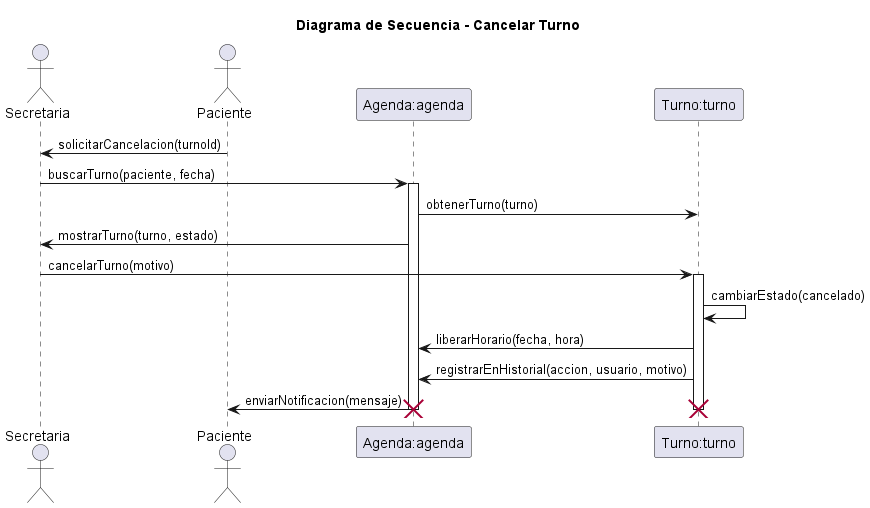
Above: diagramas/05-diagramas-secuencia/05-secuencia-cancelar-turno-02.png in eternalnight04/SistemaTurnosMedicos (PlantUML), before the change.
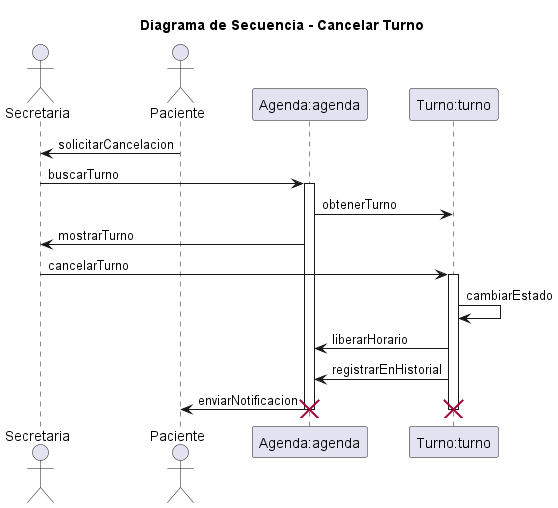
Above is the later version.

Diff of the diagram source:
```diff
@@ -7,22 +7,22 @@
 participant "Agenda:agenda" as agenda
 participant "Turno:turno" as turno
 
-paciente -> secretaria: solicitarCancelacion(turnoId)
+paciente -> secretaria: solicitarCancelacion
 
-secretaria -> agenda: buscarTurno(paciente, fecha)
+secretaria -> agenda: buscarTurno
 activate agenda
 
-agenda -> turno: obtenerTurno(turno)
-agenda -> secretaria: mostrarTurno(turno, estado)
+agenda -> turno: obtenerTurno
+agenda -> secretaria: mostrarTurno
 
-secretaria -> turno: cancelarTurno(motivo)
+secretaria -> turno: cancelarTurno
 activate turno
 
-turno -> turno: cambiarEstado(cancelado)
-turno -> agenda: liberarHorario(fecha, hora)
-turno -> agenda: registrarEnHistorial(accion, usuario, motivo)
+turno -> turno: cambiarEstado
+turno -> agenda: liberarHorario
+turno -> agenda: registrarEnHistorial
 
-agenda -> paciente: enviarNotificacion(mensaje)
+agenda -> paciente: enviarNotificacion
 
 deactivate turno
 deactivate agenda
```
